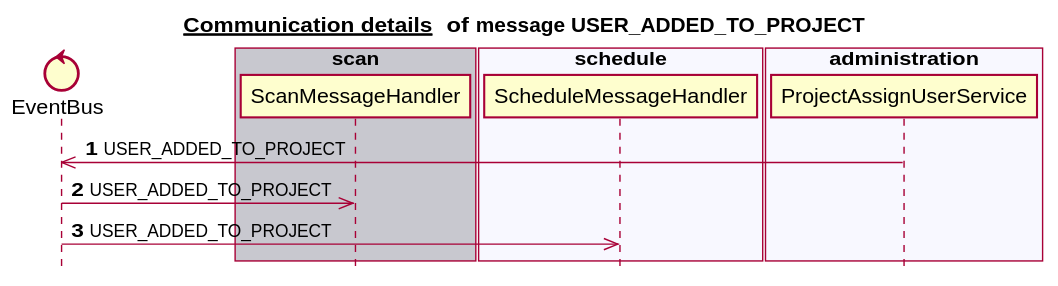
The PlantUML diagram docs/latest/images/gen_domain_messaging_user_added_to_project.svg in mercedes-benz/sechub, before a commit.
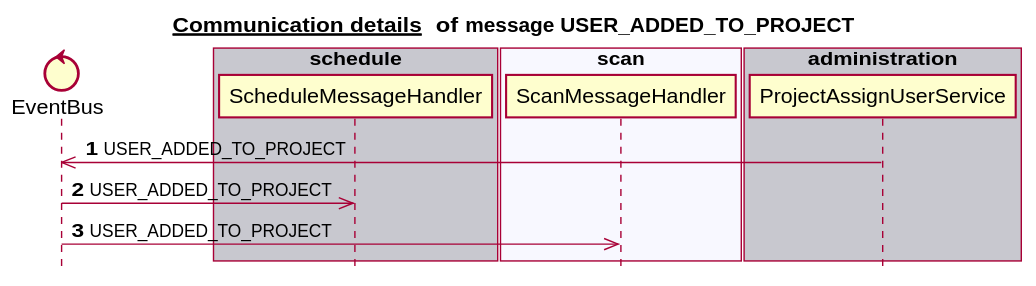
Above is the later version.

Change to the diagram source:
```diff
@@ -6,23 +6,23 @@
 
 
 control EventBus
-box "scan" #C8C8CF
+box "schedule" #C8C8CF
+   participant ScheduleMessageHandler
+end box
+box "scan" #F8F8FF
    participant ScanMessageHandler
 end box
-box "schedule" #F8F8FF
-   participant ScheduleMessageHandler
+box "administration" #C8C8CF
+   participant ProjectAssignUserService
+end box
+box "notification" #F8F8FF
 end box
 box "authorization" #C8C8CF
 end box
-box "administration" #F8F8FF
-   participant ProjectAssignUserService
-end box
-box "notification" #C8C8CF
-end box
 autonumber 1
 ProjectAssignUserService ->> EventBus:USER_ADDED_TO_PROJECT
+EventBus ->> ScheduleMessageHandler:USER_ADDED_TO_PROJECT
 EventBus ->> ScanMessageHandler:USER_ADDED_TO_PROJECT
-EventBus ->> ScheduleMessageHandler:USER_ADDED_TO_PROJECT
 autonumber stop
 
 
```
